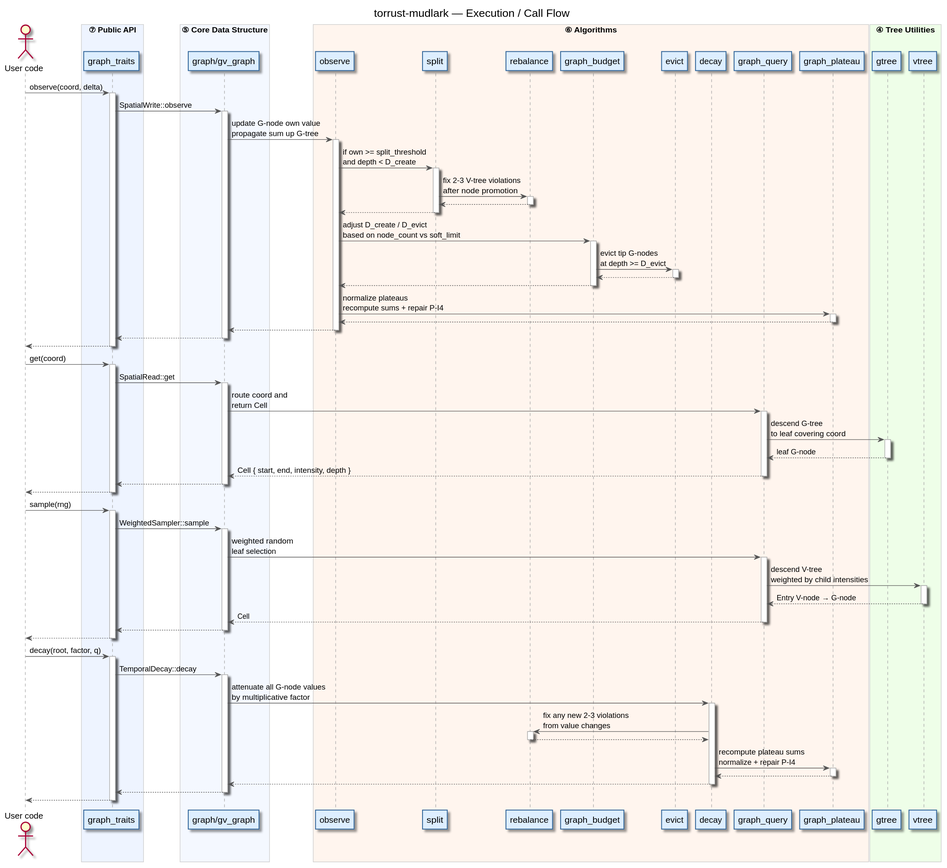
josecelano-bot/torrust-index keeps this PlantUML diagram as docs/call-flow.svg. Above is the earlier version. The source it was exported from:
```plantuml
@startuml call-flow
title torrust-mudlark — Execution / Call Flow

skinparam backgroundColor #FFFFFF
skinparam sequence {
    ParticipantBackgroundColor #DDEEFF
    ParticipantBorderColor #336699
    ArrowColor #555555
    LifeLineBorderColor #AAAAAA
    BoxBackgroundColor #F0F0F0
    BoxBorderColor #CCCCCC
}
skinparam note {
    BackgroundColor #FFFDE7
    BorderColor #FFD700
}

actor "User code" as User

box "⑦ Public API" #EEF4FF
    participant "graph_traits" as api
end box

box "⑤ Core Data Structure" #F4F8FF
    participant "graph/gv_graph" as core
end box

box "⑥ Algorithms" #FFF5EE
    participant "observe" as obs
    participant "split" as spl
    participant "rebalance" as reb
    participant "graph_budget" as bud
    participant "evict" as evi
    participant "decay" as dec
    participant "graph_query" as gq
    participant "graph_plateau" as gpl
end box

box "④ Tree Utilities" #EEFEE8
    participant "gtree" as gtree
    participant "vtree" as vtree
end box

User -> api : observe(coord, delta)
activate api
api -> core : SpatialWrite::observe
activate core
core -> obs : update G-node own value\npropagate sum up G-tree
activate obs

obs -> spl : if own >= split_threshold\nand depth < D_create
activate spl
spl -> reb : fix 2-3 V-tree violations\nafter node promotion
activate reb
reb --> spl
deactivate reb
spl --> obs
deactivate spl

obs -> bud : adjust D_create / D_evict\nbased on node_count vs soft_limit
activate bud
bud -> evi : evict tip G-nodes\nat depth >= D_evict
activate evi
evi --> bud
deactivate evi
bud --> obs
deactivate bud

obs -> gpl : normalize plateaus\nrecompute sums + repair P-I4
activate gpl
gpl --> obs
deactivate gpl

obs --> core
deactivate obs
core --> api
deactivate core
api --> User
deactivate api

User -> api : get(coord)
activate api
api -> core : SpatialRead::get
activate core
core -> gq : route coord and\nreturn Cell
activate gq
gq -> gtree : descend G-tree\nto leaf covering coord
activate gtree
gtree --> gq : leaf G-node
deactivate gtree
gq --> core : Cell { start, end, intensity, depth }
deactivate gq
core --> api
deactivate core
api --> User
deactivate api

User -> api : sample(rng)
activate api
api -> core : WeightedSampler::sample
activate core
core -> gq : weighted random\nleaf selection
activate gq
gq -> vtree : descend V-tree\nweighted by child intensities
activate vtree
vtree --> gq : Entry V-node → G-node
deactivate vtree
gq --> core : Cell
deactivate gq
core --> api
deactivate core
api --> User
deactivate api

User -> api : decay(root, factor, q)
activate api
api -> core : TemporalDecay::decay
activate core
core -> dec : attenuate all G-node values\nby multiplicative factor
activate dec
dec -> reb : fix any new 2-3 violations\nfrom value changes
activate reb
reb --> dec
deactivate reb
dec -> gpl : recompute plateau sums\nnormalize + repair P-I4
activate gpl
gpl --> dec
deactivate gpl
dec --> core
deactivate dec
core --> api
deactivate core
api --> User
deactivate api

@enduml
```
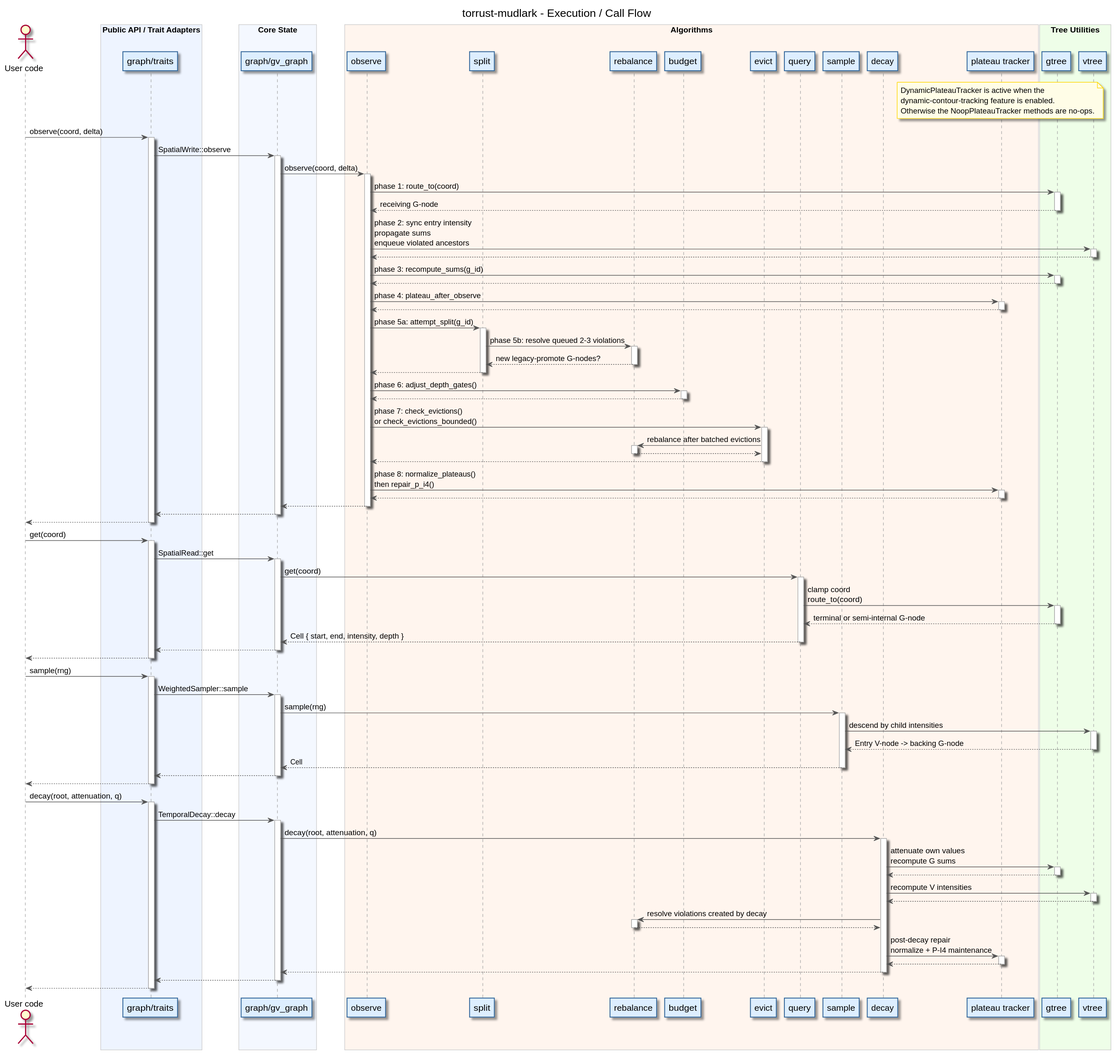
Above is the later version.

Commit message:
docs: refresh architecture documentation

What changed in the source:
```diff
@@ -1,5 +1,5 @@
 @startuml call-flow
-title torrust-mudlark — Execution / Call Flow
+title torrust-mudlark - Execution / Call Flow
 
 skinparam backgroundColor #FFFFFF
 skinparam sequence {
@@ -17,59 +17,91 @@
 
 actor "User code" as User
 
-box "⑦ Public API" #EEF4FF
-    participant "graph_traits" as api
+box "Public API / Trait Adapters" #EEF4FF
+    participant "graph/traits" as api
 end box
 
-box "⑤ Core Data Structure" #F4F8FF
+box "Core State" #F4F8FF
     participant "graph/gv_graph" as core
 end box
 
-box "⑥ Algorithms" #FFF5EE
+box "Algorithms" #FFF5EE
     participant "observe" as obs
     participant "split" as spl
     participant "rebalance" as reb
-    participant "graph_budget" as bud
+    participant "budget" as bud
     participant "evict" as evi
+    participant "query" as qry
+    participant "sample" as smp
     participant "decay" as dec
-    participant "graph_query" as gq
-    participant "graph_plateau" as gpl
+    participant "plateau tracker" as plt
 end box
 
-box "④ Tree Utilities" #EEFEE8
+box "Tree Utilities" #EEFEE8
     participant "gtree" as gtree
     participant "vtree" as vtree
 end box
+
+note over plt
+DynamicPlateauTracker is active when the
+dynamic-contour-tracking feature is enabled.
+Otherwise the NoopPlateauTracker methods are no-ops.
+end note
 
 User -> api : observe(coord, delta)
 activate api
 api -> core : SpatialWrite::observe
 activate core
-core -> obs : update G-node own value\npropagate sum up G-tree
+core -> obs : observe(coord, delta)
 activate obs
 
-obs -> spl : if own >= split_threshold\nand depth < D_create
+obs -> gtree : phase 1: route_to(coord)
+activate gtree
+gtree --> obs : receiving G-node
+deactivate gtree
+
+obs -> vtree : phase 2: sync entry intensity\npropagate sums\nenqueue violated ancestors
+activate vtree
+vtree --> obs
+deactivate vtree
+
+obs -> gtree : phase 3: recompute_sums(g_id)
+activate gtree
+gtree --> obs
+deactivate gtree
+
+obs -> plt : phase 4: plateau_after_observe
+activate plt
+plt --> obs
+deactivate plt
+
+obs -> spl : phase 5a: attempt_split(g_id)
 activate spl
-spl -> reb : fix 2-3 V-tree violations\nafter node promotion
+spl -> reb : phase 5b: resolve queued 2-3 violations
 activate reb
-reb --> spl
+reb --> spl : new legacy-promote G-nodes?
 deactivate reb
 spl --> obs
 deactivate spl
 
-obs -> bud : adjust D_create / D_evict\nbased on node_count vs soft_limit
+obs -> bud : phase 6: adjust_depth_gates()
 activate bud
-bud -> evi : evict tip G-nodes\nat depth >= D_evict
-activate evi
-evi --> bud
-deactivate evi
 bud --> obs
 deactivate bud
 
-obs -> gpl : normalize plateaus\nrecompute sums + repair P-I4
-activate gpl
-gpl --> obs
-deactivate gpl
+obs -> evi : phase 7: check_evictions()\nor check_evictions_bounded()
+activate evi
+evi -> reb : rebalance after batched evictions
+activate reb
+reb --> evi
+deactivate reb
+evi --> obs
+deactivate evi
+
+obs -> plt : phase 8: normalize_plateaus()\nthen repair_p_i4()
+activate plt
+plt --> obs
+deactivate plt
 
 obs --> core
 deactivate obs
@@ -82,14 +114,14 @@
 activate api
 api -> core : SpatialRead::get
 activate core
-core -> gq : route coord and\nreturn Cell
-activate gq
-gq -> gtree : descend G-tree\nto leaf covering coord
+core -> qry : get(coord)
+activate qry
+qry -> gtree : clamp coord\nroute_to(coord)
 activate gtree
-gtree --> gq : leaf G-node
+gtree --> qry : terminal or semi-internal G-node
 deactivate gtree
-gq --> core : Cell { start, end, intensity, depth }
-deactivate gq
+qry --> core : Cell { start, end, intensity, depth }
+deactivate qry
 core --> api
 deactivate core
 api --> User
@@ -99,33 +131,41 @@
 activate api
 api -> core : WeightedSampler::sample
 activate core
-core -> gq : weighted random\nleaf selection
-activate gq
-gq -> vtree : descend V-tree\nweighted by child intensities
+core -> smp : sample(rng)
+activate smp
+smp -> vtree : descend by child intensities
 activate vtree
-vtree --> gq : Entry V-node → G-node
+vtree --> smp : Entry V-node -> backing G-node
 deactivate vtree
-gq --> core : Cell
-deactivate gq
+smp --> core : Cell
+deactivate smp
 core --> api
 deactivate core
 api --> User
 deactivate api
 
-User -> api : decay(root, factor, q)
+User -> api : decay(root, attenuation, q)
 activate api
 api -> core : TemporalDecay::decay
 activate core
-core -> dec : attenuate all G-node values\nby multiplicative factor
+core -> dec : decay(root, attenuation, q)
 activate dec
-dec -> reb : fix any new 2-3 violations\nfrom value changes
+dec -> gtree : attenuate own values\nrecompute G sums
+activate gtree
+gtree --> dec
+deactivate gtree
+dec -> vtree : recompute V intensities
+activate vtree
+vtree --> dec
+deactivate vtree
+dec -> reb : resolve violations created by decay
 activate reb
 reb --> dec
 deactivate reb
-dec -> gpl : recompute plateau sums\nnormalize + repair P-I4
-activate gpl
-gpl --> dec
-deactivate gpl
+dec -> plt : post-decay repair\nnormalize + P-I4 maintenance
+activate plt
+plt --> dec
+deactivate plt
 dec --> core
 deactivate dec
 core --> api
```
